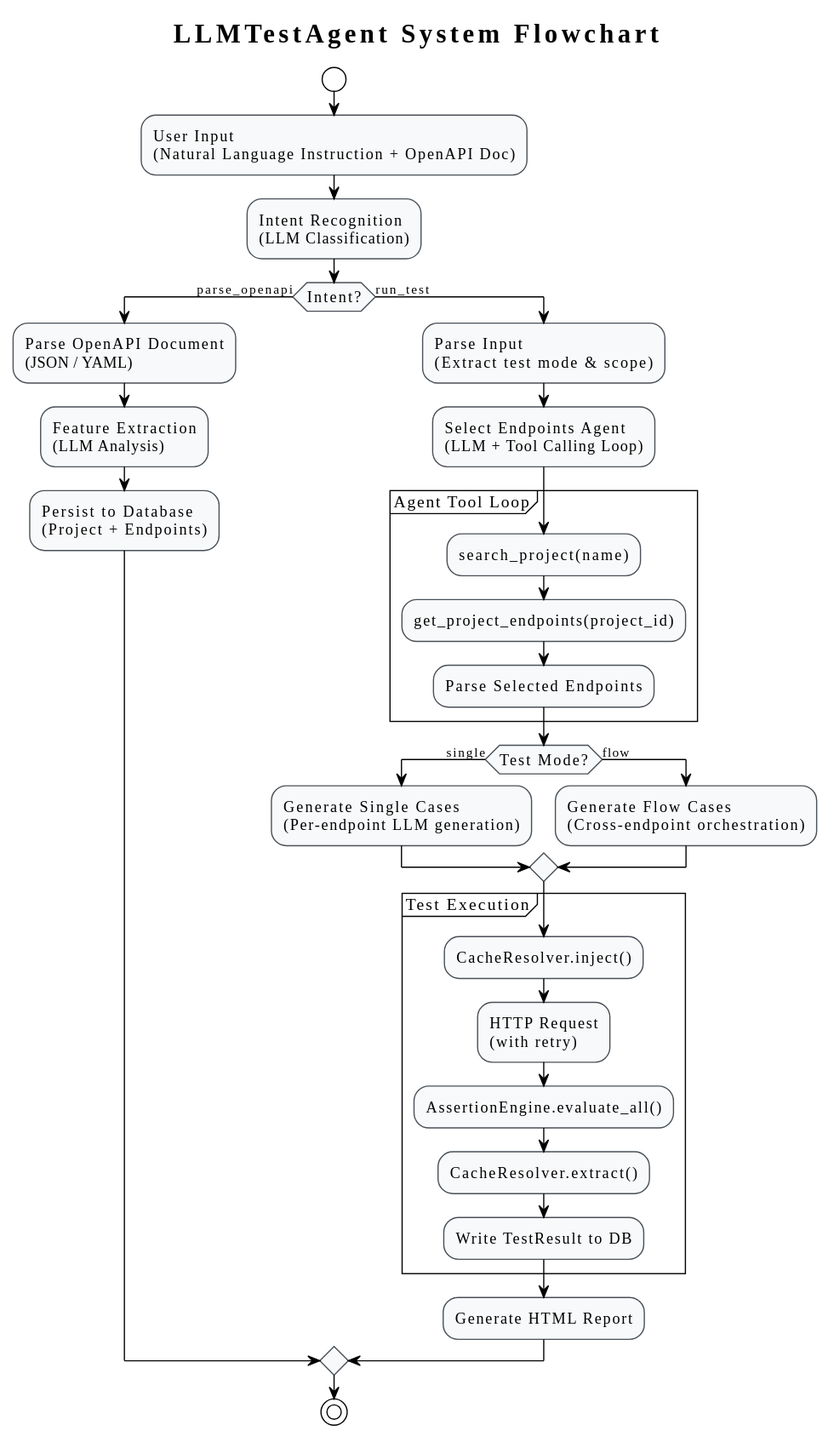
The PlantUML diagram doc/images/system-flowchart.svg in cmrhyq/LLMTestAgent, before a commit. Source of this version:
```plantuml
@startuml
!theme plain
skinparam backgroundColor white
skinparam shadowing false
skinparam defaultFontName "Microsoft YaHei, SimHei, sans-serif"
skinparam activity {
  BackgroundColor #F8F9FA
  BorderColor #495057
  FontSize 13
}
skinparam diamond {
  BackgroundColor #FFF3CD
  BorderColor #856404
}

title LLMTestAgent System Flowchart

start

:User Input\n(Natural Language Instruction + OpenAPI Doc);

:Intent Recognition\n(LLM Classification);

if (Intent?) then (parse_openapi)

  :Parse OpenAPI Document\n(JSON / YAML);

  :Feature Extraction\n(LLM Analysis);

  :Persist to Database\n(Project + Endpoints);

else (run_test)

  :Parse Input\n(Extract test mode & scope);

  :Select Endpoints Agent\n(LLM + Tool Calling Loop);

  partition "Agent Tool Loop" {
    :search_project(name);
    :get_project_endpoints(project_id);
    :Parse Selected Endpoints;
  }

  if (Test Mode?) then (single)
    :Generate Single Cases\n(Per-endpoint LLM generation);
  else (flow)
    :Generate Flow Cases\n(Cross-endpoint orchestration);
  endif

  partition "Test Execution" {
    :CacheResolver.inject();
    :HTTP Request\n(with retry);
    :AssertionEngine.evaluate_all();
    :CacheResolver.extract();
    :Write TestResult to DB;
  }

  :Generate HTML Report;

endif

stop
@enduml
```
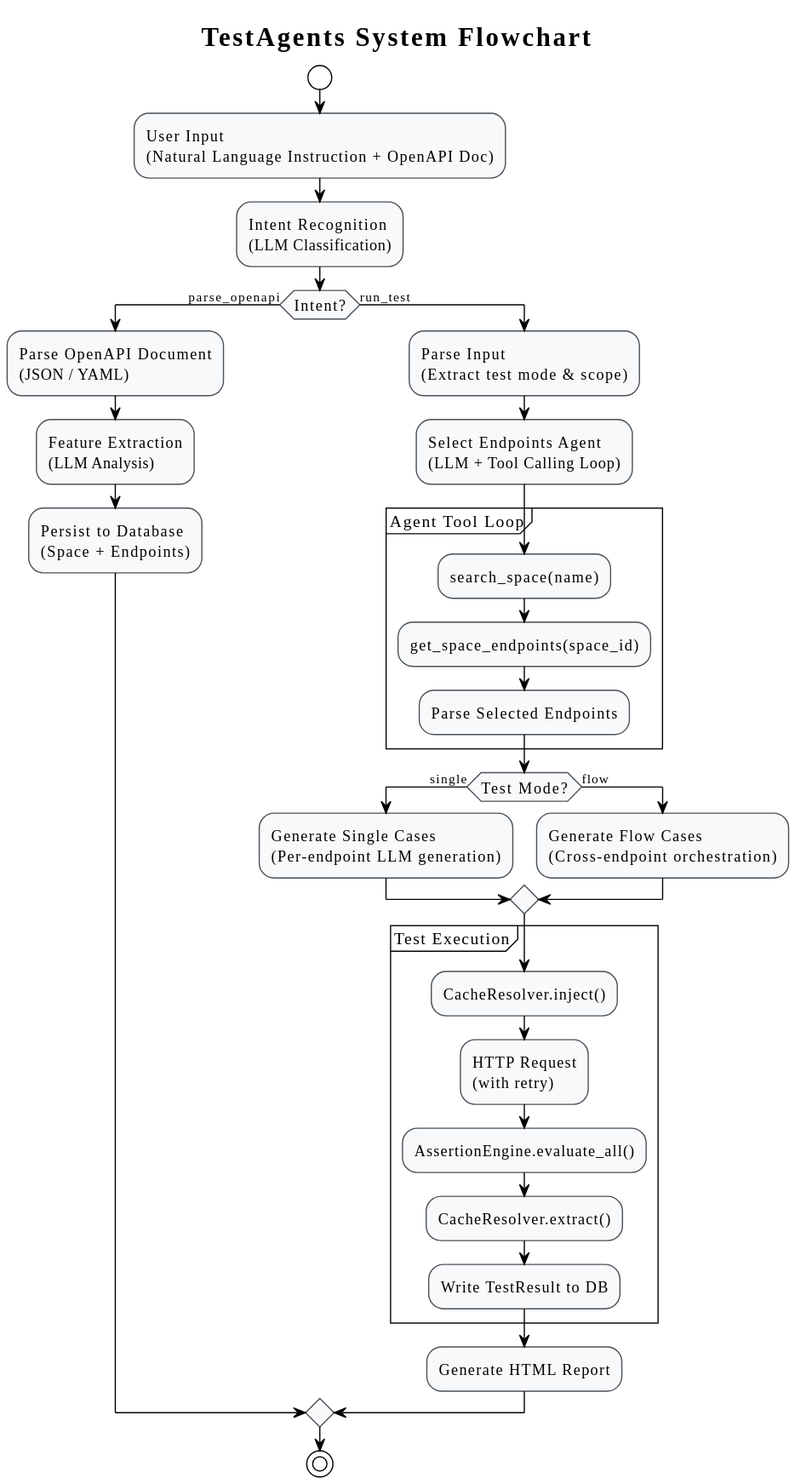
The same diagram one commit later.

What changed in the source:
```diff
@@ -13,7 +13,7 @@
   BorderColor #856404
 }
 
-title LLMTestAgent System Flowchart
+title TestAgents System Flowchart
 
 start
 
@@ -27,7 +27,7 @@
 
   :Feature Extraction\n(LLM Analysis);
 
-  :Persist to Database\n(Project + Endpoints);
+  :Persist to Database\n(Space + Endpoints);
 
 else (run_test)
 
@@ -36,8 +36,8 @@
   :Select Endpoints Agent\n(LLM + Tool Calling Loop);
 
   partition "Agent Tool Loop" {
-    :search_project(name);
-    :get_project_endpoints(project_id);
+    :search_space(name);
+    :get_space_endpoints(space_id);
     :Parse Selected Endpoints;
   }
 
```
